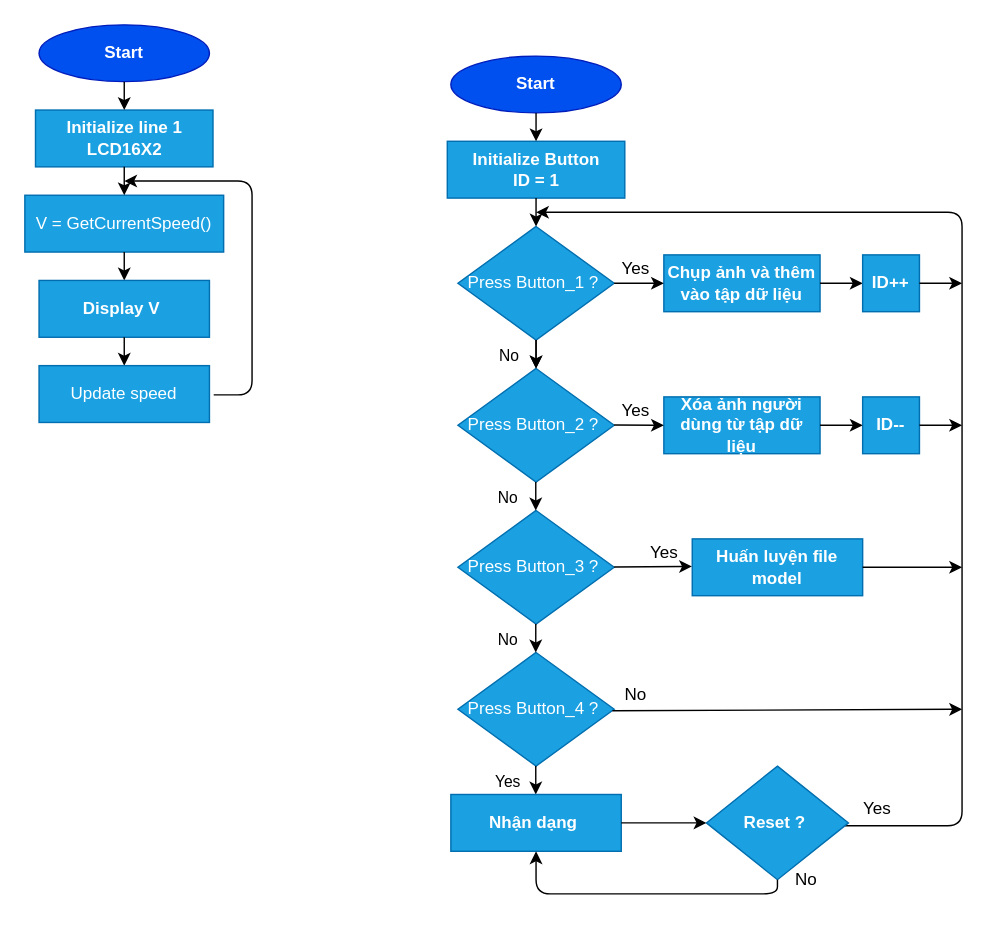
Before: page "Page-3" (3 of 4) of Untitled Diagram.drawio in truongvanthinh/AutonomousCar, a draw.io diagram. Source tidied: cells renumbered, new cells numbered last; positions are measured from the earlier drawing's top-left corner, leaving out a move shared by most shapes. Both pictures are drawn from the tidied source at 142%, with x=0, y=0 at pixel (24, 24).
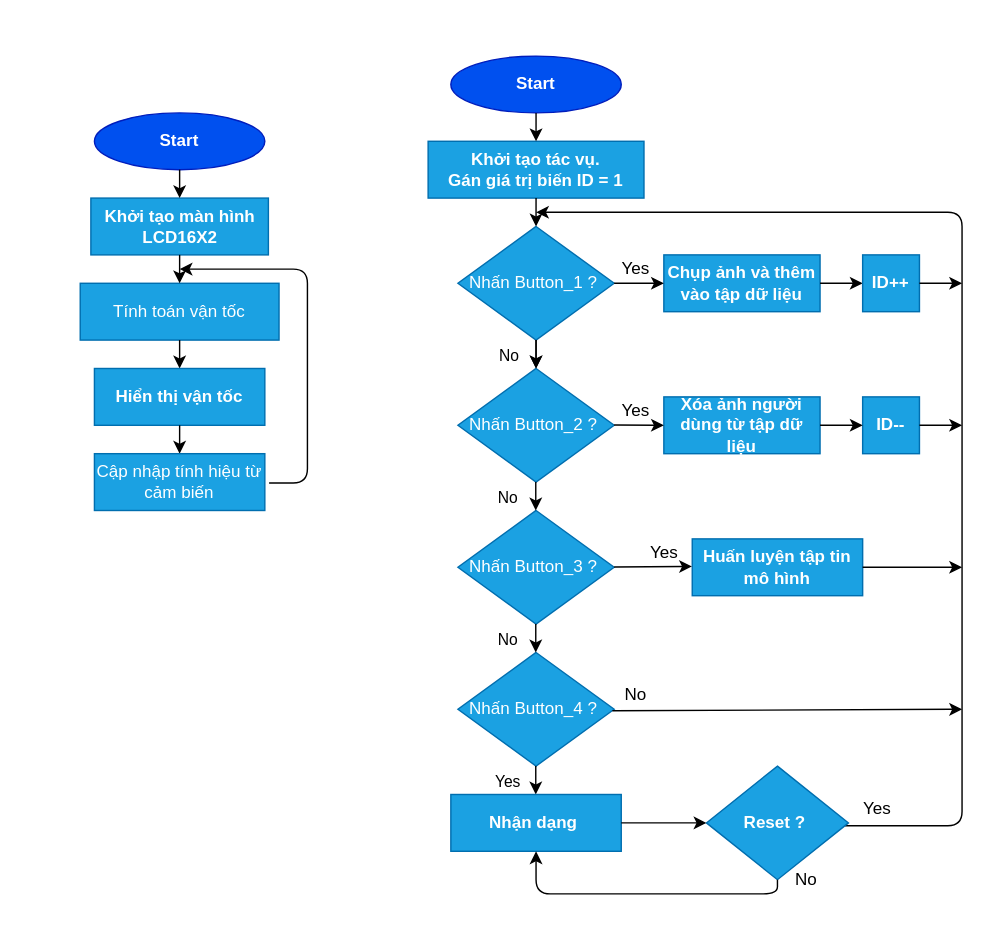
The same page after the edit.

Change to the diagram source:
```diff
@@
     <mxCell id="2" value="&lt;b&gt;Start&lt;/b&gt;" style="ellipse;whiteSpace=wrap;html=1;fillColor=#0050ef;strokeColor=#001DBC;fontColor=#ffffff;" parent="1" vertex="1">
-      <mxGeometry x="10" width="120" height="40" as="geometry" />
+      <mxGeometry x="49" y="62" width="120" height="40" as="geometry" />
     </mxCell>
-    <mxCell id="3" value="&lt;b&gt;Initialize line 1 LCD16X2&lt;/b&gt;" style="rounded=0;whiteSpace=wrap;html=1;fillColor=#1ba1e2;strokeColor=#006EAF;fontColor=#ffffff;" parent="1" vertex="1">
-      <mxGeometry x="7.5" y="60" width="125" height="40" as="geometry" />
+    <mxCell id="3" value="&lt;b&gt;Khởi tạo màn hình LCD16X2&lt;/b&gt;" style="rounded=0;whiteSpace=wrap;html=1;fillColor=#1ba1e2;strokeColor=#006EAF;fontColor=#ffffff;" parent="1" vertex="1">
+      <mxGeometry x="46.5" y="122" width="125" height="40" as="geometry" />
     </mxCell>
-    <mxCell id="4" value="V = GetCurrentSpeed()" style="rounded=0;whiteSpace=wrap;html=1;fillColor=#1ba1e2;strokeColor=#006EAF;fontColor=#ffffff;" parent="1" vertex="1">
-      <mxGeometry y="120" width="140" height="40" as="geometry" />
+    <mxCell id="4" value="Tính toán vận tốc" style="rounded=0;whiteSpace=wrap;html=1;fillColor=#1ba1e2;strokeColor=#006EAF;fontColor=#ffffff;" parent="1" vertex="1">
+      <mxGeometry x="39" y="182" width="140" height="40" as="geometry" />
     </mxCell>
@@
     <mxCell id="7" style="endArrow=classic;html=1;strokeWidth=1;exitX=0.5;exitY=1;exitDx=0;exitDy=0;" parent="1" edge="1" source="4">
       <mxGeometry relative="1" as="geometry">
-        <mxPoint x="70" y="180" as="targetPoint" />
+        <mxPoint x="109" y="242" as="targetPoint" />
       </mxGeometry>
     </mxCell>
-    <mxCell id="8" value="&lt;b&gt;Display V&amp;nbsp;&lt;/b&gt;" style="rounded=0;whiteSpace=wrap;html=1;fillColor=#1ba1e2;strokeColor=#006EAF;fontColor=#ffffff;" parent="1" vertex="1">
-      <mxGeometry x="10" y="180" width="120" height="40" as="geometry" />
+    <mxCell id="8" value="&lt;b&gt;Hiển thị vận tốc&lt;/b&gt;" style="rounded=0;whiteSpace=wrap;html=1;fillColor=#1ba1e2;strokeColor=#006EAF;fontColor=#ffffff;" parent="1" vertex="1">
+      <mxGeometry x="49" y="242" width="120" height="40" as="geometry" />
     </mxCell>
@@
-    <mxCell id="10" value="Update speed" style="rounded=0;whiteSpace=wrap;html=1;fillColor=#1ba1e2;strokeColor=#006EAF;fontColor=#ffffff;" parent="1" vertex="1">
-      <mxGeometry x="10" y="240" width="120" height="40" as="geometry" />
+    <mxCell id="10" value="Cập nhập tính hiệu từ cảm biến" style="rounded=0;whiteSpace=wrap;html=1;fillColor=#1ba1e2;strokeColor=#006EAF;fontColor=#ffffff;" parent="1" vertex="1">
+      <mxGeometry x="49" y="302" width="120" height="40" as="geometry" />
     </mxCell>
     <mxCell id="11" style="edgeStyle=elbowEdgeStyle;elbow=horizontal;endArrow=classic;html=1;strokeWidth=1;exitX=1.025;exitY=0.515;exitDx=0;exitDy=0;exitPerimeter=0;" parent="1" edge="1" source="10">
       <mxGeometry relative="1" as="geometry">
-        <mxPoint x="70" y="110" as="targetPoint" />
+        <mxPoint x="109" y="172" as="targetPoint" />
         <Array as="points">
-          <mxPoint x="160" y="190" />
+          <mxPoint x="199" y="252" />
         </Array>
       </mxGeometry>
     </mxCell>
@@
-    <mxCell id="13" value="&lt;b&gt;Initialize Button&lt;br&gt;ID = 1&lt;br&gt;&lt;/b&gt;" style="rounded=0;whiteSpace=wrap;html=1;fillColor=#1ba1e2;strokeColor=#006EAF;fontColor=#ffffff;" parent="1" vertex="1">
-      <mxGeometry x="297.5" y="82" width="125" height="40" as="geometry" />
+    <mxCell id="13" value="&lt;b&gt;Khởi tạo tác vụ.&lt;br&gt;Gán giá trị biến ID = 1&lt;br&gt;&lt;/b&gt;" style="rounded=0;whiteSpace=wrap;html=1;fillColor=#1ba1e2;strokeColor=#006EAF;fontColor=#ffffff;" parent="1" vertex="1">
+      <mxGeometry x="284" y="82" width="152" height="40" as="geometry" />
     </mxCell>
@@
-    <mxCell id="15" value="Press Button_1 ?&amp;nbsp;" style="rhombus;whiteSpace=wrap;html=1;fillColor=#1ba1e2;strokeColor=#006EAF;fontColor=#ffffff;" parent="1" vertex="1">
+    <mxCell id="15" value="Nhấn Button_1 ?&amp;nbsp;" style="rhombus;whiteSpace=wrap;html=1;fillColor=#1ba1e2;strokeColor=#006EAF;fontColor=#ffffff;" parent="1" vertex="1">
       <mxGeometry x="305" y="142" width="110" height="80" as="geometry" />
     </mxCell>
-    <mxCell id="16" value="&lt;span&gt;Press Button_2 ?&amp;nbsp;&lt;/span&gt;" style="rhombus;whiteSpace=wrap;html=1;fillColor=#1ba1e2;strokeColor=#006EAF;fontColor=#ffffff;" parent="1" vertex="1">
+    <mxCell id="16" value="&lt;span&gt;Nhấn Button_2 ?&amp;nbsp;&lt;/span&gt;" style="rhombus;whiteSpace=wrap;html=1;fillColor=#1ba1e2;strokeColor=#006EAF;fontColor=#ffffff;" parent="1" vertex="1">
       <mxGeometry x="305" y="242" width="110" height="80" as="geometry" />
     </mxCell>
-    <mxCell id="17" value="Press Button_3 ?&amp;nbsp;" style="rhombus;whiteSpace=wrap;html=1;fillColor=#1ba1e2;strokeColor=#006EAF;fontColor=#ffffff;" parent="1" vertex="1">
+    <mxCell id="17" value="Nhấn Button_3 ?&amp;nbsp;" style="rhombus;whiteSpace=wrap;html=1;fillColor=#1ba1e2;strokeColor=#006EAF;fontColor=#ffffff;" parent="1" vertex="1">
       <mxGeometry x="305" y="342" width="110" height="80" as="geometry" />
     </mxCell>
-    <mxCell id="18" value="Press Button_4 ?&amp;nbsp;" style="rhombus;whiteSpace=wrap;html=1;fillColor=#1ba1e2;strokeColor=#006EAF;fontColor=#ffffff;" parent="1" vertex="1">
+    <mxCell id="18" value="Nhấn Button_4 ?&amp;nbsp;" style="rhombus;whiteSpace=wrap;html=1;fillColor=#1ba1e2;strokeColor=#006EAF;fontColor=#ffffff;" parent="1" vertex="1">
       <mxGeometry x="305" y="442" width="110" height="80" as="geometry" />
     </mxCell>
@@
-    <mxCell id="22" value="&lt;b&gt;Huấn luyện file model&lt;/b&gt;" style="rounded=0;whiteSpace=wrap;html=1;fillColor=#1ba1e2;strokeColor=#006EAF;fontColor=#ffffff;" parent="1" vertex="1">
+    <mxCell id="22" value="&lt;b&gt;Huấn luyện tập tin mô hình&lt;/b&gt;" style="rounded=0;whiteSpace=wrap;html=1;fillColor=#1ba1e2;strokeColor=#006EAF;fontColor=#ffffff;" parent="1" vertex="1">
       <mxGeometry x="470" y="362" width="120" height="40" as="geometry" />
     </mxCell>
```
